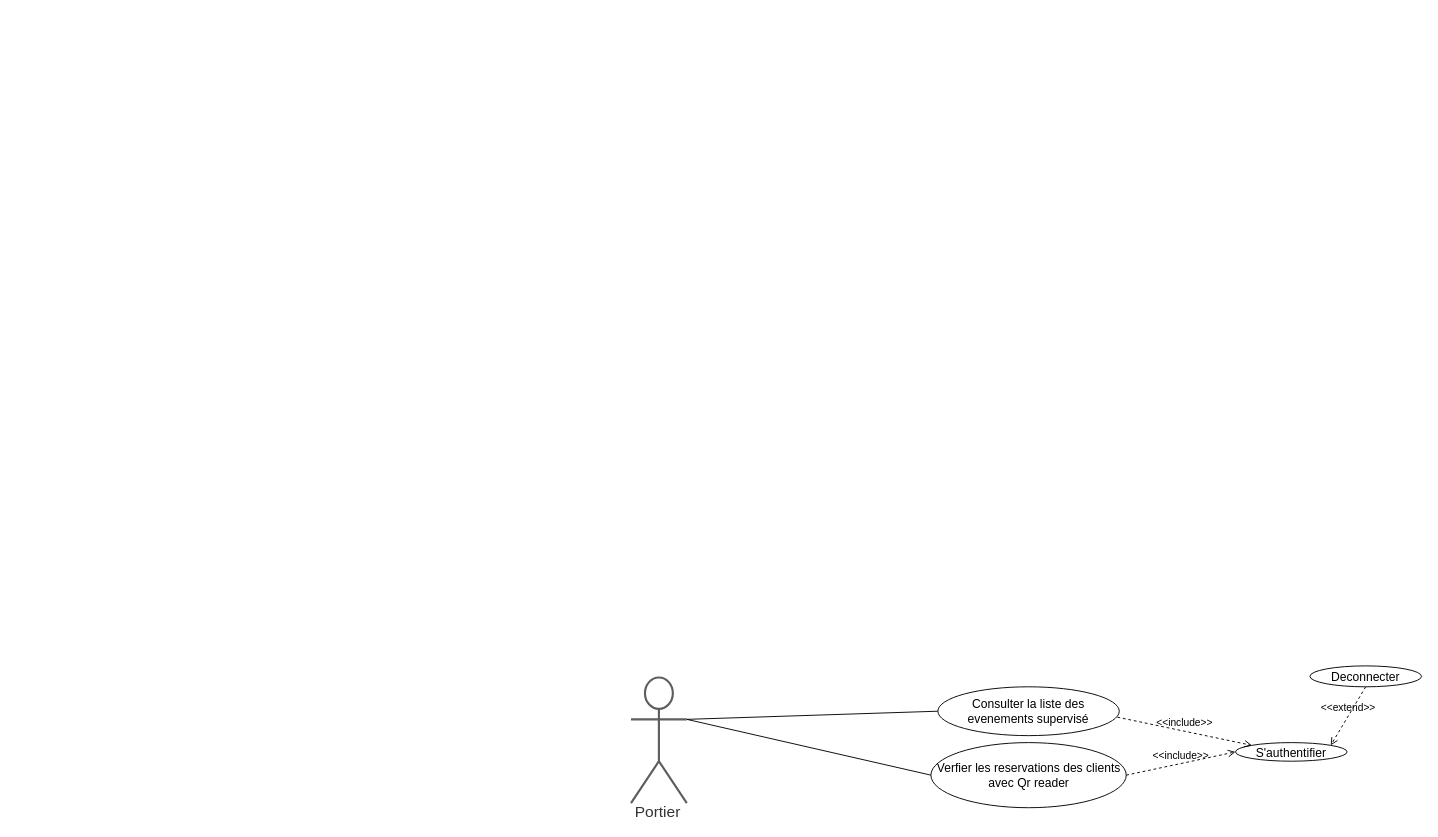
This is Diagram de cas utilisation/3-portier_VF.drawio from mohamedimem/event-, a draw.io file, before an edit. Source tidied: cells renumbered, new cells numbered last; positions are measured from the earlier drawing's top-left corner, leaving out a move shared by most shapes. Both pictures are drawn from the tidied source at 93%, with x=0, y=0 at pixel (631, 666).
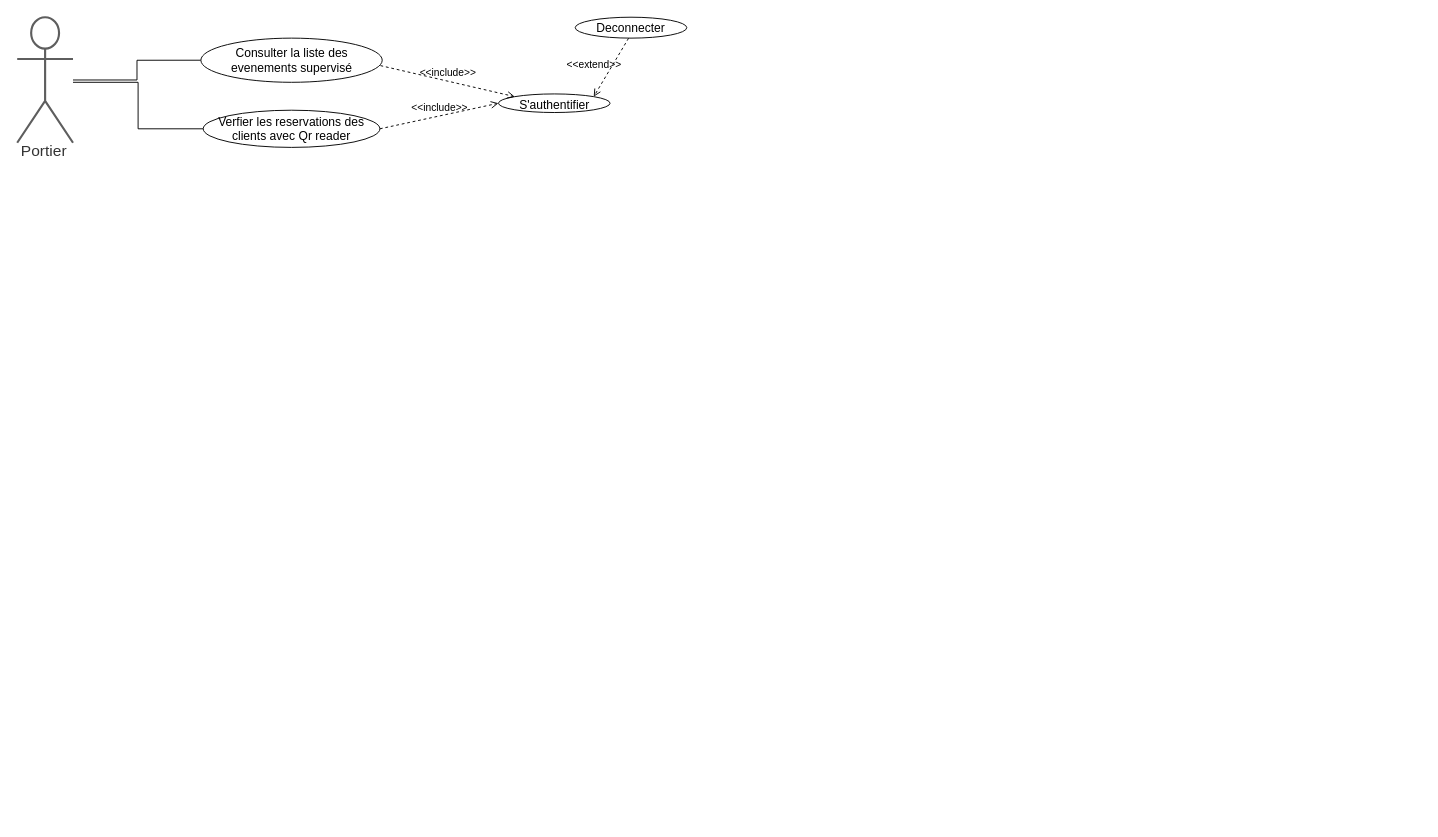
The same diagram, later.

Commit message:
Mettre à jour 3-portier_VF.drawio

What changed in the source:
```diff
@@
 <mxGraphModel>
   <root>
     <mxCell id="0" />
     <mxCell id="1" parent="0" />
-    <mxCell id="2" style="edgeStyle=none;rounded=0;jettySize=auto;html=1;exitX=1;exitY=0.3333333333333333;exitDx=0;exitDy=0;exitPerimeter=0;entryX=0;entryY=0.5;entryDx=0;entryDy=0;fontSize=18;endArrow=none;endFill=0;" parent="1" edge="1" source="3" target="6">
-      <mxGeometry relative="1" as="geometry" />
-    </mxCell>
     <mxCell id="3" value="Portier" style="html=1;overflow=block;blockSpacing=1;shape=umlActor;labelPosition=center;verticalLabelPosition=bottom;verticalAlign=top;whiteSpace=nowrap;fontSize=16.7;fontColor=#333333;align=center;spacing=0;strokeColor=#5e5e5e;strokeOpacity=100;rounded=1;absoluteArcSize=1;arcSize=9;strokeWidth=2.3;lucidId=wAitfE4UTxwo;" parent="1" vertex="1">
-      <mxGeometry y="12" width="60" height="135" as="geometry" />
+      <mxGeometry x="-660" y="-698" width="60" height="135" as="geometry" />
     </mxCell>
-    <mxCell id="4" style="rounded=0;jettySize=auto;html=1;exitX=0;exitY=0.5;exitDx=0;exitDy=0;entryX=1;entryY=0.3333333333333333;entryDx=0;entryDy=0;entryPerimeter=0;endArrow=none;endFill=0;" parent="1" edge="1" source="5" target="3">
+    <mxCell id="4" style="edgeStyle=orthogonalEdgeStyle;rounded=0;jettySize=auto;html=1;exitX=0;exitY=0.5;exitDx=0;exitDy=0;endArrow=none;endFill=0;" parent="1" edge="1" source="5" target="3">
       <mxGeometry relative="1" as="geometry" />
     </mxCell>
     <mxCell id="5" value="Consulter la liste des evenements supervisé" style="html=1;overflow=block;blockSpacing=1;whiteSpace=wrap;ellipse;fontSize=13;spacing=3.8;strokeColor=default;strokeOpacity=100;rounded=1;absoluteArcSize=1;arcSize=9;strokeWidth=1;lucidId=eDitzyq0~7Tt;" parent="1" vertex="1">
-      <mxGeometry x="330" y="22" width="195" height="52.5" as="geometry" />
+      <mxGeometry x="-462.5" y="-675.5" width="195" height="47.5" as="geometry" />
     </mxCell>
+    <mxCell id="12" style="edgeStyle=orthogonalEdgeStyle;rounded=0;jettySize=auto;html=1;endArrow=none;endFill=0;" parent="1" edge="1" source="6">
+      <mxGeometry relative="1" as="geometry">
+        <mxPoint x="-600" y="-628" as="targetPoint" />
+        <Array as="points">
+          <mxPoint x="-530" y="-578" />
+          <mxPoint x="-530" y="-628" />
+        </Array>
+      </mxGeometry>
+    </mxCell>
     <mxCell id="6" value="Verfier les reservations des clients avec Qr reader" style="html=1;overflow=block;blockSpacing=1;whiteSpace=wrap;ellipse;fontSize=13;spacing=3.8;strokeColor=default;strokeOpacity=100;rounded=1;absoluteArcSize=1;arcSize=9;strokeWidth=1;lucidId=tDitnoB0Gj56;" parent="1" vertex="1">
-      <mxGeometry x="322.5" y="82" width="210" height="70" as="geometry" />
+      <mxGeometry x="-460" y="-598" width="190" height="40" as="geometry" />
     </mxCell>
     <mxCell id="7" value="S'authentifier" style="html=1;overflow=block;blockSpacing=1;whiteSpace=wrap;ellipse;fontSize=13;spacing=3.8;strokeColor=default;strokeOpacity=100;rounded=1;absoluteArcSize=1;arcSize=9;strokeWidth=1;lucidId=XvitAHHM73nt;" parent="1" vertex="1">
-      <mxGeometry x="650" y="82" width="120" height="20" as="geometry" />
+      <mxGeometry x="-142.5" y="-615.5" width="120" height="20" as="geometry" />
     </mxCell>
     <mxCell id="8" value="Deconnecter" style="html=1;overflow=block;blockSpacing=1;whiteSpace=wrap;ellipse;fontSize=13;spacing=3.8;strokeColor=default;strokeOpacity=100;rounded=1;absoluteArcSize=1;arcSize=9;strokeWidth=1;lucidId=XvitmW9DInrr;" parent="1" vertex="1">
-      <mxGeometry x="730" y="-0.5" width="120" height="22.5" as="geometry" />
+      <mxGeometry x="-60" y="-698" width="120" height="22.5" as="geometry" />
     </mxCell>
     <mxCell id="9" value="&amp;lt;&amp;lt;include&amp;gt;&amp;gt;" style="html=1;verticalAlign=bottom;labelBackgroundColor=none;endArrow=open;endFill=0;dashed=1;rounded=0;entryX=0;entryY=0;entryDx=0;entryDy=0;exitX=0.99;exitY=0.622;exitDx=0;exitDy=0;exitPerimeter=0;strokeColor=default;strokeWidth=1;" parent="1" edge="1" source="5" target="7">
       <mxGeometry relative="1" as="geometry" />
     </mxCell>
     <mxCell id="10" value="&amp;lt;&amp;lt;include&amp;gt;&amp;gt;" style="html=1;verticalAlign=bottom;labelBackgroundColor=none;endArrow=open;endFill=0;dashed=1;rounded=0;entryX=0;entryY=0.5;entryDx=0;entryDy=0;exitX=1;exitY=0.5;exitDx=0;exitDy=0;strokeColor=default;strokeWidth=1;" parent="1" edge="1" source="6" target="7">
       <mxGeometry relative="1" as="geometry" />
     </mxCell>
-    <mxCell id="11" value="&amp;lt;&amp;lt;extend&amp;gt;&amp;gt;" style="html=1;verticalAlign=bottom;labelBackgroundColor=none;endArrow=open;endFill=0;dashed=1;rounded=0;entryX=1;entryY=0;entryDx=0;entryDy=0;exitX=0.5;exitY=1;exitDx=0;exitDy=0;strokeColor=default;strokeWidth=1;" parent="1" edge="1" source="8" target="7">
-      <mxGeometry relative="1" as="geometry" />
+    <mxCell id="11" value="&amp;lt;&amp;lt;extend&amp;gt;&amp;gt;" style="html=1;verticalAlign=bottom;labelBackgroundColor=none;endArrow=open;endFill=0;dashed=1;rounded=0;entryX=1;entryY=0;entryDx=0;entryDy=0;strokeColor=default;strokeWidth=1;exitX=0.478;exitY=1.007;exitDx=0;exitDy=0;exitPerimeter=0;" parent="1" edge="1" source="8" target="7">
+      <mxGeometry x="0.4" y="-13" relative="1" as="geometry" />
     </mxCell>
   </root>
 </mxGraphModel>
```
